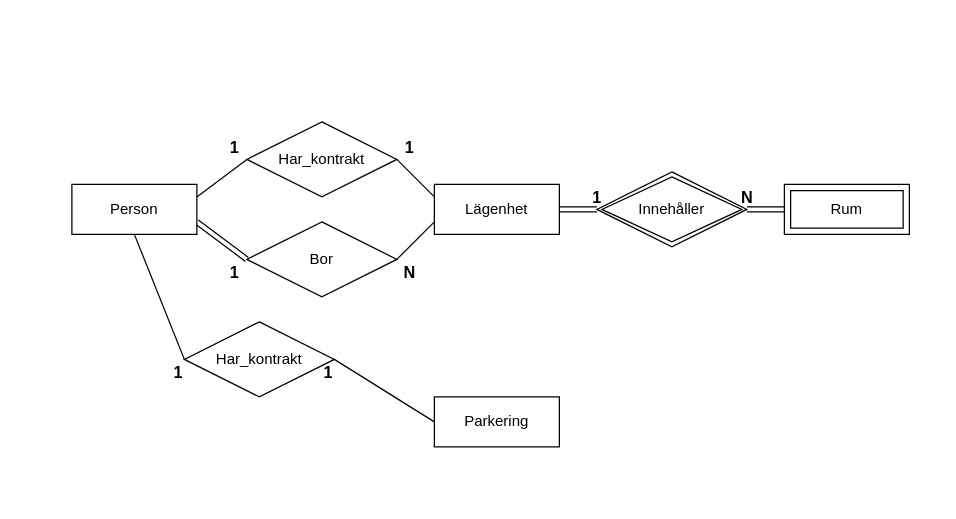
The draw.io diagram page "ER" (1 of 2) of lagenhet.drawio in Ingelisun/ERmodels, before the edit. Source tidied: cells renumbered, new cells numbered last; positions are measured from the earlier drawing's top-left corner, leaving out a move shared by most shapes. Both pictures are drawn from the tidied source at 125%, with x=0, y=0 at pixel (71, 121).
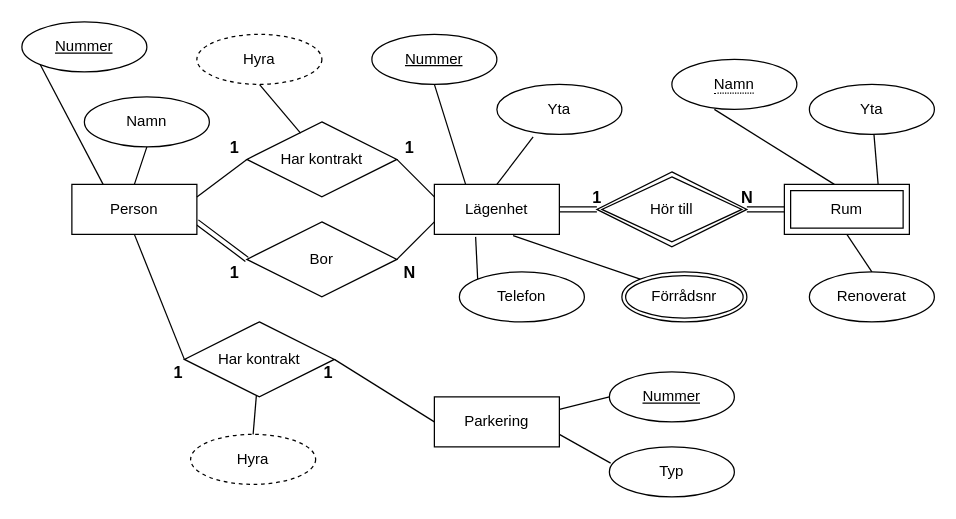
The same diagram, later.

Unchanged cells that the change refers to:
```xml
<mxCell id="3" value="Person" style="whiteSpace=wrap;html=1;align=center;" parent="1" vertex="1">
  <mxGeometry y="50" width="100" height="40" as="geometry" />
</mxCell>
<mxCell id="5" value="Lägenhet" style="whiteSpace=wrap;html=1;align=center;" parent="1" vertex="1">
  <mxGeometry x="290" y="50" width="100" height="40" as="geometry" />
</mxCell>
<mxCell id="6" value="Parkering" style="whiteSpace=wrap;html=1;align=center;" parent="1" vertex="1">
  <mxGeometry x="290" y="220" width="100" height="40" as="geometry" />
</mxCell>
<mxCell id="7" value="Rum" style="shape=ext;margin=3;double=1;whiteSpace=wrap;html=1;align=center;" parent="1" vertex="1">
  <mxGeometry x="570" y="50" width="100" height="40" as="geometry" />
</mxCell>
```

The edit, as a diff of the source:
```diff
@@
-    <mxCell id="8" value="Har_kontrakt" style="shape=rhombus;perimeter=rhombusPerimeter;whiteSpace=wrap;html=1;align=center;" parent="1" vertex="1">
+    <mxCell id="8" value="Har kontrakt" style="shape=rhombus;perimeter=rhombusPerimeter;whiteSpace=wrap;html=1;align=center;" parent="1" vertex="1">
       <mxGeometry x="140" width="120" height="60" as="geometry" />
     </mxCell>
@@
-    <mxCell id="10" value="Har_kontrakt" style="shape=rhombus;perimeter=rhombusPerimeter;whiteSpace=wrap;html=1;align=center;" parent="1" vertex="1">
+    <mxCell id="10" value="Har kontrakt" style="shape=rhombus;perimeter=rhombusPerimeter;whiteSpace=wrap;html=1;align=center;" parent="1" vertex="1">
       <mxGeometry x="90" y="160" width="120" height="60" as="geometry" />
     </mxCell>
@@
-    <mxCell id="12" value="Innehåller" style="shape=rhombus;double=1;perimeter=rhombusPerimeter;whiteSpace=wrap;html=1;align=center;" parent="1" vertex="1">
+    <mxCell id="12" value="Hör till" style="shape=rhombus;double=1;perimeter=rhombusPerimeter;whiteSpace=wrap;html=1;align=center;" parent="1" vertex="1">
       <mxGeometry x="420" y="40" width="120" height="60" as="geometry" />
     </mxCell>
@@
+    <mxCell id="26" value="Nummer" style="ellipse;whiteSpace=wrap;html=1;align=center;fontStyle=4;" parent="1" vertex="1">
+      <mxGeometry x="-40" y="-80" width="100" height="40" as="geometry" />
+    </mxCell>
+    <mxCell id="27" value="Namn" style="ellipse;whiteSpace=wrap;html=1;align=center;" parent="1" vertex="1">
+      <mxGeometry x="10" y="-20" width="100" height="40" as="geometry" />
+    </mxCell>
+    <mxCell id="28" style="endArrow=none;html=1;rounded=0;exitX=0;exitY=1;exitDx=0;exitDy=0;entryX=0.25;entryY=0;entryDx=0;entryDy=0;" parent="1" edge="1" source="26" target="3">
+      <mxGeometry relative="1" as="geometry" />
+    </mxCell>
+    <mxCell id="29" style="endArrow=none;html=1;rounded=0;exitX=0.5;exitY=1;exitDx=0;exitDy=0;entryX=0.5;entryY=0;entryDx=0;entryDy=0;" parent="1" edge="1" source="27" target="3">
+      <mxGeometry relative="1" as="geometry" />
+    </mxCell>
+    <mxCell id="30" style="endArrow=none;html=1;rounded=0;exitX=0.4;exitY=1;exitDx=0;exitDy=0;exitPerimeter=0;entryX=0.358;entryY=0.15;entryDx=0;entryDy=0;entryPerimeter=0;" parent="1" edge="1" target="8">
+      <mxGeometry relative="1" as="geometry">
+        <mxPoint x="150" y="-30" as="sourcePoint" />
+      </mxGeometry>
+    </mxCell>
+    <mxCell id="31" value="Nummer" style="ellipse;whiteSpace=wrap;html=1;align=center;fontStyle=4;" parent="1" vertex="1">
+      <mxGeometry x="240" y="-70" width="100" height="40" as="geometry" />
+    </mxCell>
+    <mxCell id="32" value="Yta" style="ellipse;whiteSpace=wrap;html=1;align=center;" parent="1" vertex="1">
+      <mxGeometry x="340" y="-30" width="100" height="40" as="geometry" />
+    </mxCell>
+    <mxCell id="33" value="Telefon" style="ellipse;whiteSpace=wrap;html=1;align=center;" parent="1" vertex="1">
+      <mxGeometry x="310" y="120" width="100" height="40" as="geometry" />
+    </mxCell>
+    <mxCell id="34" style="endArrow=none;html=1;rounded=0;exitX=0.5;exitY=1;exitDx=0;exitDy=0;entryX=0.25;entryY=0;entryDx=0;entryDy=0;" parent="1" edge="1" source="31" target="5">
+      <mxGeometry relative="1" as="geometry" />
+    </mxCell>
+    <mxCell id="35" style="endArrow=none;html=1;rounded=0;exitX=0.29;exitY=1.05;exitDx=0;exitDy=0;exitPerimeter=0;entryX=0.5;entryY=0;entryDx=0;entryDy=0;" parent="1" edge="1" source="32" target="5">
+      <mxGeometry relative="1" as="geometry" />
+    </mxCell>
+    <mxCell id="36" style="endArrow=none;html=1;rounded=0;exitX=0.33;exitY=1.05;exitDx=0;exitDy=0;exitPerimeter=0;entryX=0;entryY=0;entryDx=0;entryDy=0;" parent="1" edge="1" source="5" target="33">
+      <mxGeometry relative="1" as="geometry" />
+    </mxCell>
+    <mxCell id="37" value="Förrådsnr" style="ellipse;shape=doubleEllipse;margin=3;whiteSpace=wrap;html=1;align=center;" parent="1" vertex="1">
+      <mxGeometry x="440" y="120" width="100" height="40" as="geometry" />
+    </mxCell>
+    <mxCell id="38" style="endArrow=none;html=1;rounded=0;exitX=0.63;exitY=1.025;exitDx=0;exitDy=0;exitPerimeter=0;entryX=0;entryY=0;entryDx=0;entryDy=0;" parent="1" edge="1" source="5" target="37">
+      <mxGeometry relative="1" as="geometry" />
+    </mxCell>
+    <mxCell id="39" value="Typ" style="ellipse;whiteSpace=wrap;html=1;align=center;" parent="1" vertex="1">
+      <mxGeometry x="430" y="260" width="100" height="40" as="geometry" />
+    </mxCell>
+    <mxCell id="40" value="Nummer" style="ellipse;whiteSpace=wrap;html=1;align=center;fontStyle=4;" parent="1" vertex="1">
+      <mxGeometry x="430" y="200" width="100" height="40" as="geometry" />
+    </mxCell>
+    <mxCell id="41" value="&lt;span style=&quot;border-bottom: 1px dotted&quot;&gt;Namn&lt;/span&gt;" style="ellipse;whiteSpace=wrap;html=1;align=center;" parent="1" vertex="1">
+      <mxGeometry x="480" y="-50" width="100" height="40" as="geometry" />
+    </mxCell>
+    <mxCell id="42" value="Hyra" style="ellipse;whiteSpace=wrap;html=1;align=center;dashed=1;" parent="1" vertex="1">
+      <mxGeometry x="100" y="-70" width="100" height="40" as="geometry" />
+    </mxCell>
+    <mxCell id="43" value="Hyra" style="ellipse;whiteSpace=wrap;html=1;align=center;dashed=1;" parent="1" vertex="1">
+      <mxGeometry x="95" y="250" width="100" height="40" as="geometry" />
+    </mxCell>
+    <mxCell id="44" style="endArrow=none;html=1;rounded=0;exitX=0.5;exitY=0;exitDx=0;exitDy=0;" parent="1" edge="1" source="43" target="10">
+      <mxGeometry relative="1" as="geometry" />
+    </mxCell>
+    <mxCell id="45" value="Yta" style="ellipse;whiteSpace=wrap;html=1;align=center;" parent="1" vertex="1">
+      <mxGeometry x="590" y="-30" width="100" height="40" as="geometry" />
+    </mxCell>
+    <mxCell id="46" value="Renoverat" style="ellipse;whiteSpace=wrap;html=1;align=center;" parent="1" vertex="1">
+      <mxGeometry x="590" y="120" width="100" height="40" as="geometry" />
+    </mxCell>
+    <mxCell id="47" style="endArrow=none;html=1;rounded=0;entryX=0.34;entryY=1;entryDx=0;entryDy=0;entryPerimeter=0;exitX=0.4;exitY=0;exitDx=0;exitDy=0;exitPerimeter=0;" parent="1" edge="1" source="7" target="41">
+      <mxGeometry relative="1" as="geometry" />
+    </mxCell>
+    <mxCell id="48" style="endArrow=none;html=1;rounded=0;exitX=0.75;exitY=0;exitDx=0;exitDy=0;" parent="1" edge="1" source="7" target="45">
+      <mxGeometry relative="1" as="geometry" />
+    </mxCell>
+    <mxCell id="49" style="endArrow=none;html=1;rounded=0;entryX=0.5;entryY=0;entryDx=0;entryDy=0;exitX=0.5;exitY=1;exitDx=0;exitDy=0;" parent="1" edge="1" source="7" target="46">
+      <mxGeometry relative="1" as="geometry" />
+    </mxCell>
+    <mxCell id="50" style="endArrow=none;html=1;rounded=0;entryX=0;entryY=0.5;entryDx=0;entryDy=0;exitX=1;exitY=0.25;exitDx=0;exitDy=0;" parent="1" edge="1" source="6" target="40">
+      <mxGeometry relative="1" as="geometry" />
+    </mxCell>
+    <mxCell id="51" style="endArrow=none;html=1;rounded=0;entryX=0.01;entryY=0.325;entryDx=0;entryDy=0;entryPerimeter=0;exitX=1;exitY=0.75;exitDx=0;exitDy=0;" parent="1" edge="1" source="6" target="39">
+      <mxGeometry relative="1" as="geometry" />
+    </mxCell>
```
